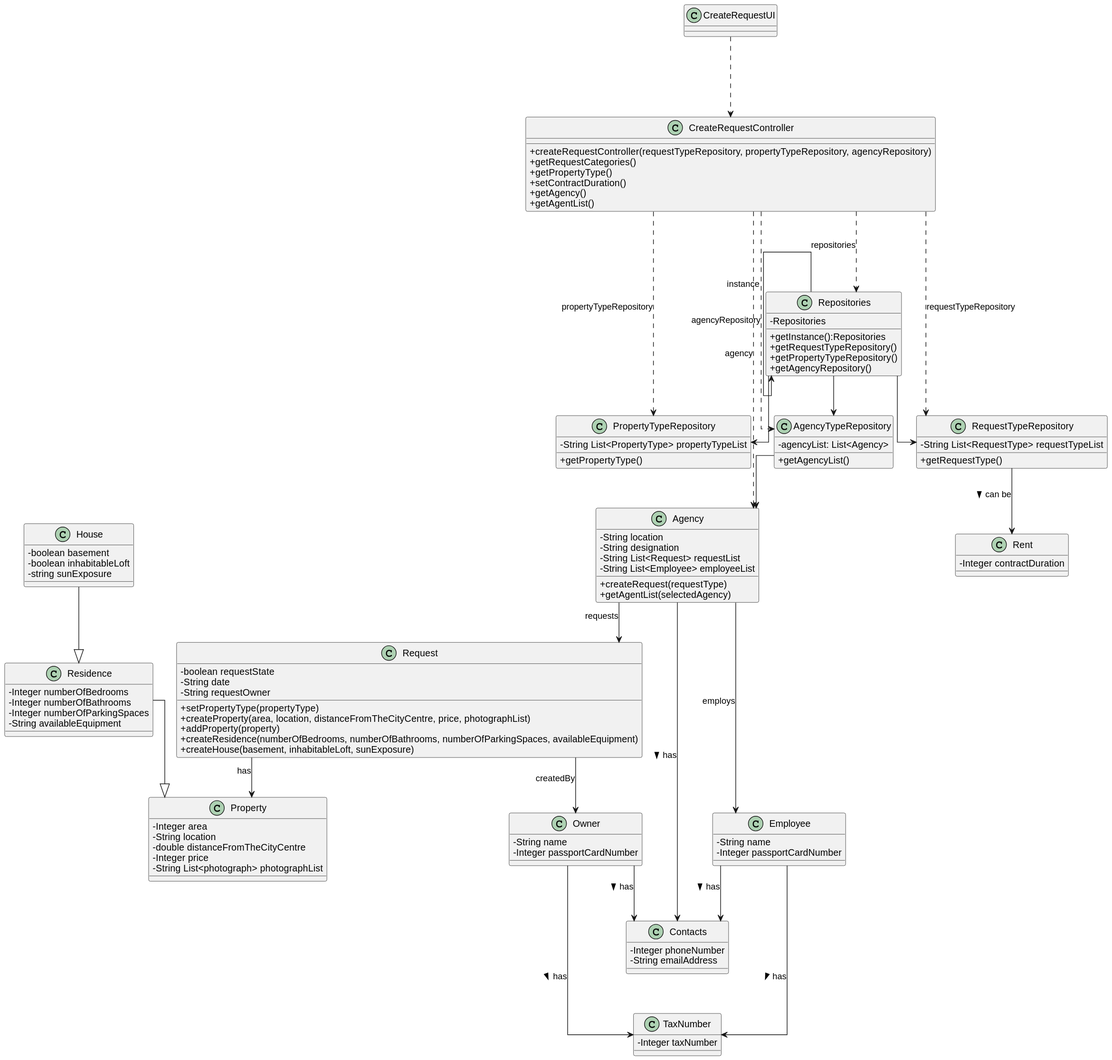
Earlier version of the PlantUML export docs/sprintB/us004/03.design/svg/us004-class-diagram.svg (1220812/LAPR2).
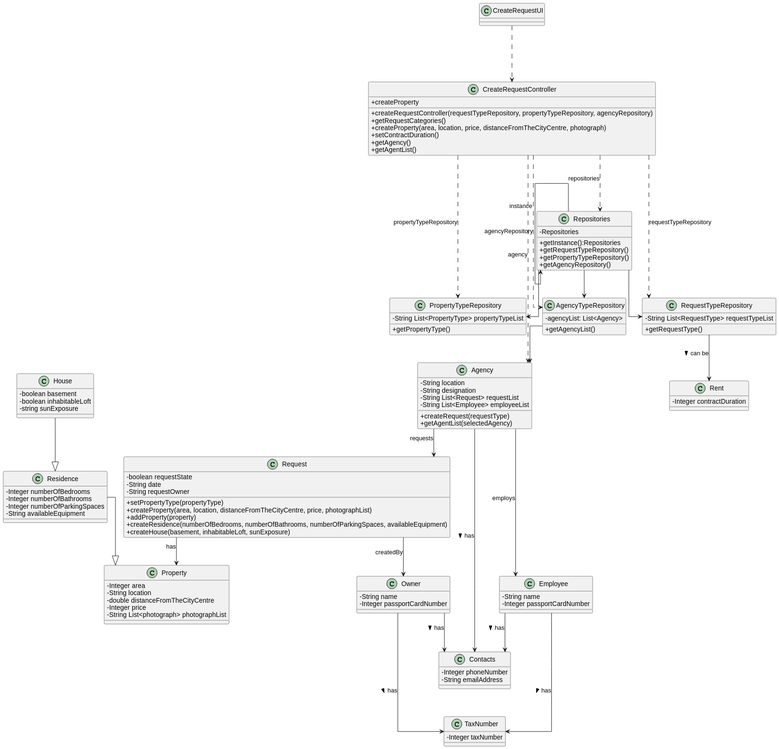
After the commit.

Diff of the diagram source:
```diff
@@ -8,7 +8,8 @@
 class CreateRequestController{
 + createRequestController(requestTypeRepository, propertyTypeRepository, agencyRepository)
 + getRequestCategories()
-+ getPropertyType()
++ createProperty(area, location, price, distanceFromTheCityCentre, photograph)
++ createProperty
 + setContractDuration()
 + getAgency()
 + getAgentList()
```
